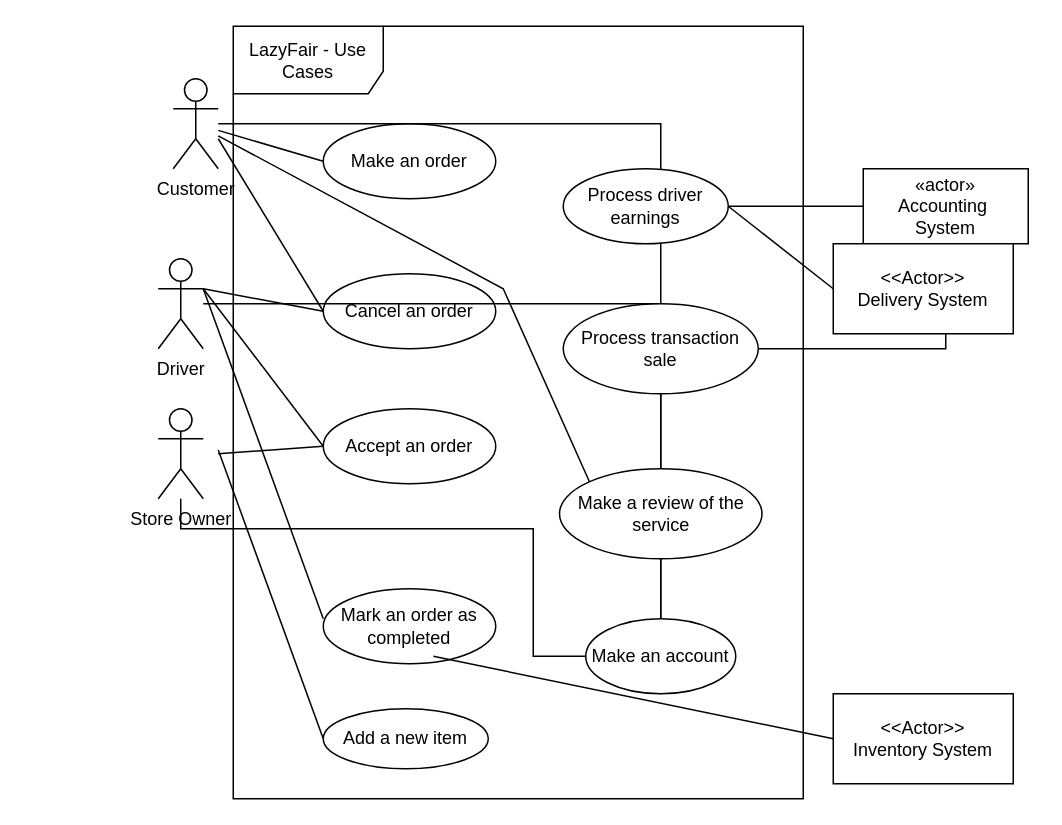
This is Workshop 1 Use Case Diagram.drawio from antonykimuom/SWEN30006-2025-SM1-workshop1-tuew05-14-00-team-12, a draw.io file, before an edit. Source tidied: cells renumbered, new cells numbered last; positions are measured from the earlier drawing's top-left corner, leaving out a move shared by most shapes. Both pictures are drawn from the tidied source at 150%, with x=0, y=0 at pixel (158, 26).
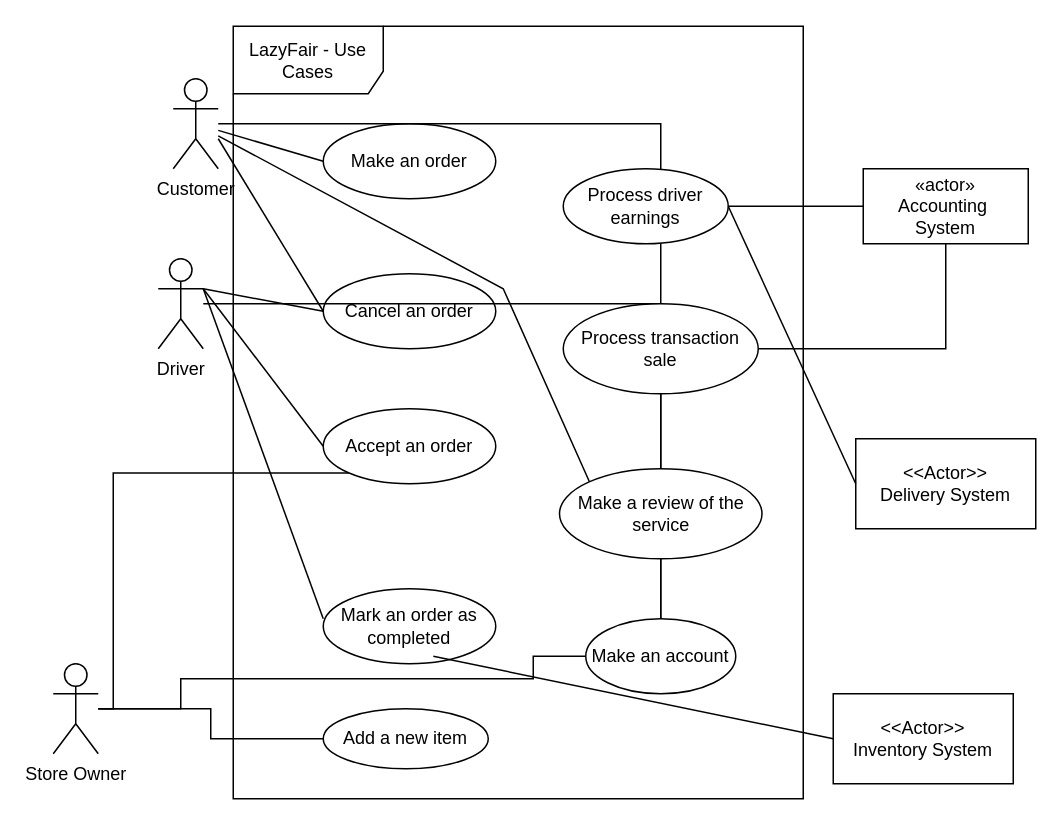
Above is the later version.

The change refers to these unchanged cells:
```xml
<mxCell id="4" value="Add a new item" style="ellipse;whiteSpace=wrap;html=1;" parent="1" vertex="1">
  <mxGeometry x="110" y="455" width="110" height="40" as="geometry" />
</mxCell>
<mxCell id="8" value="Accept an order" style="ellipse;whiteSpace=wrap;html=1;" parent="1" vertex="1">
  <mxGeometry x="110" y="255" width="115" height="50" as="geometry" />
</mxCell>
<mxCell id="16" value="Make an account" style="ellipse;whiteSpace=wrap;html=1;" parent="1" vertex="1">
  <mxGeometry x="285" y="395" width="100" height="50" as="geometry" />
</mxCell>
```

Diff of the diagram source:
```diff
@@
     <mxCell id="9" style="edgeStyle=orthogonalEdgeStyle;rounded=0;jettySize=auto;html=1;endArrow=none;startFill=0;" parent="1" edge="1" source="10" target="16">
       <mxGeometry relative="1" as="geometry">
         <Array as="points">
-          <mxPoint x="15" y="335" />
-          <mxPoint x="250" y="335" />
+          <mxPoint x="15" y="455" />
+          <mxPoint x="15" y="435" />
+          <mxPoint x="250" y="435" />
           <mxPoint x="250" y="420" />
         </Array>
       </mxGeometry>
     </mxCell>
+    <mxCell id="33" style="edgeStyle=orthogonalEdgeStyle;rounded=0;jettySize=auto;html=1;endArrow=none;startFill=0;" parent="1" edge="1" source="10" target="4">
+      <mxGeometry relative="1" as="geometry" />
+    </mxCell>
+    <mxCell id="34" style="edgeStyle=orthogonalEdgeStyle;rounded=0;jettySize=auto;html=1;entryX=0;entryY=1;entryDx=0;entryDy=0;endArrow=none;startFill=0;" parent="1" edge="1" source="10" target="8">
+      <mxGeometry relative="1" as="geometry">
+        <Array as="points">
+          <mxPoint x="-30" y="455" />
+          <mxPoint x="-30" y="297" />
+        </Array>
+      </mxGeometry>
+    </mxCell>
     <mxCell id="10" value="Store Owner" style="shape=umlActor;verticalLabelPosition=bottom;verticalAlign=top;html=1;outlineConnect=0;" parent="1" vertex="1">
-      <mxGeometry y="255" width="30" height="60" as="geometry" />
+      <mxGeometry x="-70" y="425" width="30" height="60" as="geometry" />
     </mxCell>
@@
-    <mxCell id="20" style="endArrow=none;html=1;rounded=0;entryX=0;entryY=0.5;entryDx=0;entryDy=0;" parent="1" edge="1" target="8">
-      <mxGeometry relative="1" as="geometry">
-        <mxPoint x="40" y="285" as="sourcePoint" />
-      </mxGeometry>
-    </mxCell>
@@
-    <mxCell id="22" style="endArrow=none;html=1;rounded=0;entryX=0;entryY=0.5;entryDx=0;entryDy=0;" parent="1" edge="1" target="4">
-      <mxGeometry relative="1" as="geometry">
-        <mxPoint x="40" y="282.5" as="sourcePoint" />
-      </mxGeometry>
-    </mxCell>
@@
     <mxCell id="30" value="&amp;lt;&amp;lt;Actor&amp;gt;&amp;gt;&lt;div&gt;Delivery System&lt;/div&gt;" style="rounded=0;whiteSpace=wrap;html=1;" parent="1" vertex="1">
-      <mxGeometry x="450" y="145" width="120" height="60" as="geometry" />
+      <mxGeometry x="465" y="275" width="120" height="60" as="geometry" />
     </mxCell>
```
